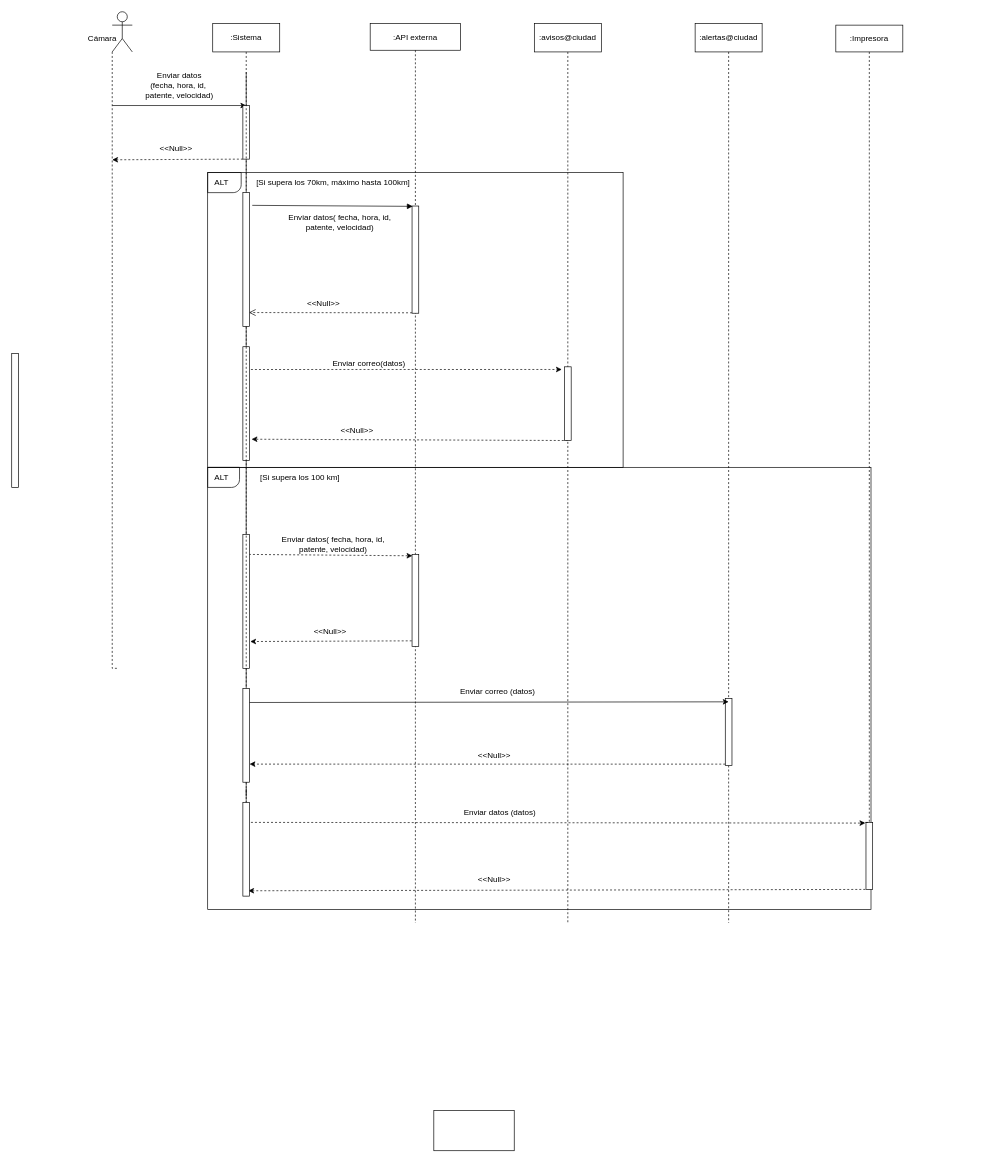
Above: diagrama/Diagrama sin título.drawio in Tomas123-alt/izo-isw1-tpds (draw.io), before the change. Source tidied: cells renumbered, new cells numbered last; positions are measured from the earlier drawing's top-left corner, leaving out a move shared by most shapes. Both pictures are drawn from the tidied source at 67%, with x=0, y=0 at pixel (11, 11).
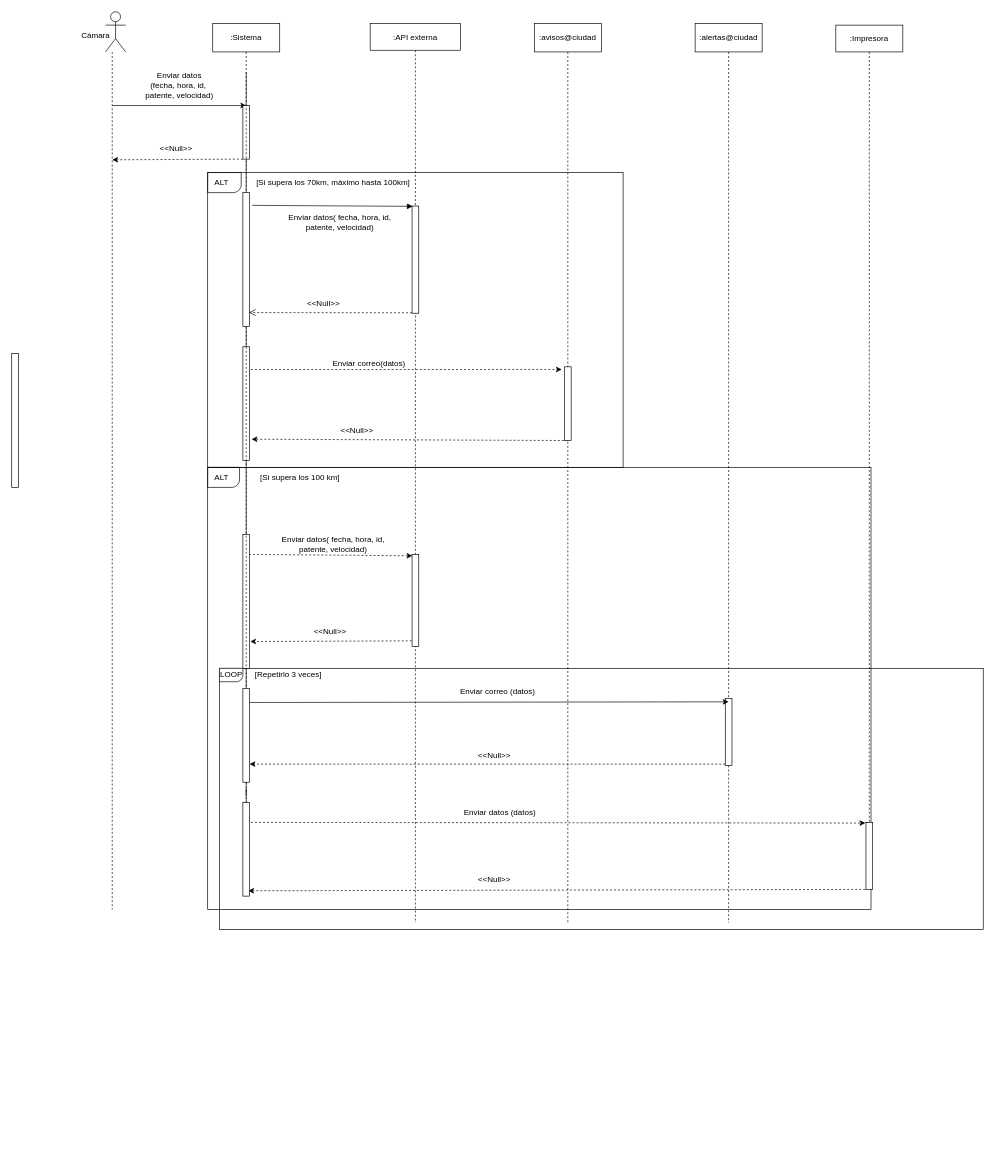
The same diagram, later.

Change to the diagram source:
```diff
@@
     <mxCell id="8" style="edgeStyle=orthogonalEdgeStyle;rounded=0;jettySize=auto;html=1;dashed=1;endArrow=none;endFill=0;" parent="1" edge="1" source="9">
       <mxGeometry relative="1" as="geometry">
-        <mxPoint x="160" y="980" as="targetPoint" />
+        <mxPoint x="150" y="1340" as="targetPoint" />
         <Array as="points">
-          <mxPoint x="150" y="980" />
+          <mxPoint x="150" y="1340" />
         </Array>
       </mxGeometry>
     </mxCell>
     <mxCell id="9" style="shape=umlActor;verticalLabelPosition=bottom;verticalAlign=top;html=1;outlineConnect=0;" parent="1" vertex="1">
-      <mxGeometry x="150" width="30" height="60" as="geometry" />
+      <mxGeometry x="140" width="30" height="60" as="geometry" />
     </mxCell>
@@
     <mxCell id="11" value="Cámara" style="text;html=1;align=center;verticalAlign=middle;strokeColor=none;fillColor=none;" parent="1" vertex="1">
-      <mxGeometry x="100" y="25" width="70" height="30" as="geometry" />
+      <mxGeometry x="90" y="20" width="70" height="30" as="geometry" />
     </mxCell>
@@
     <mxCell id="36" style="rounded=0;whiteSpace=wrap;html=1;fontSize=12;fillColor=none;" parent="1" vertex="1">
-      <mxGeometry x="630" y="1640" width="120" height="60" as="geometry" />
+      <mxGeometry x="310" y="980" width="1140" height="390" as="geometry" />
     </mxCell>
@@
+    <mxCell id="63" style="verticalLabelPosition=bottom;verticalAlign=top;html=1;shape=mxgraph.basic.corner_round_rect;dx=6;direction=west;" parent="1" vertex="1">
+      <mxGeometry x="310" y="980" width="35" height="20" as="geometry" />
+    </mxCell>
+    <mxCell id="64" value="LOOP" style="text;html=1;strokeColor=none;fillColor=none;align=center;verticalAlign=middle;whiteSpace=wrap;rounded=0;" parent="1" vertex="1">
+      <mxGeometry x="297.5" y="975" width="60" height="30" as="geometry" />
+    </mxCell>
+    <mxCell id="65" value="[Repetirlo 3 veces]" style="text;html=1;strokeColor=none;fillColor=none;align=center;verticalAlign=middle;whiteSpace=wrap;rounded=0;" parent="1" vertex="1">
+      <mxGeometry x="357.5" y="975" width="110" height="30" as="geometry" />
+    </mxCell>
```
